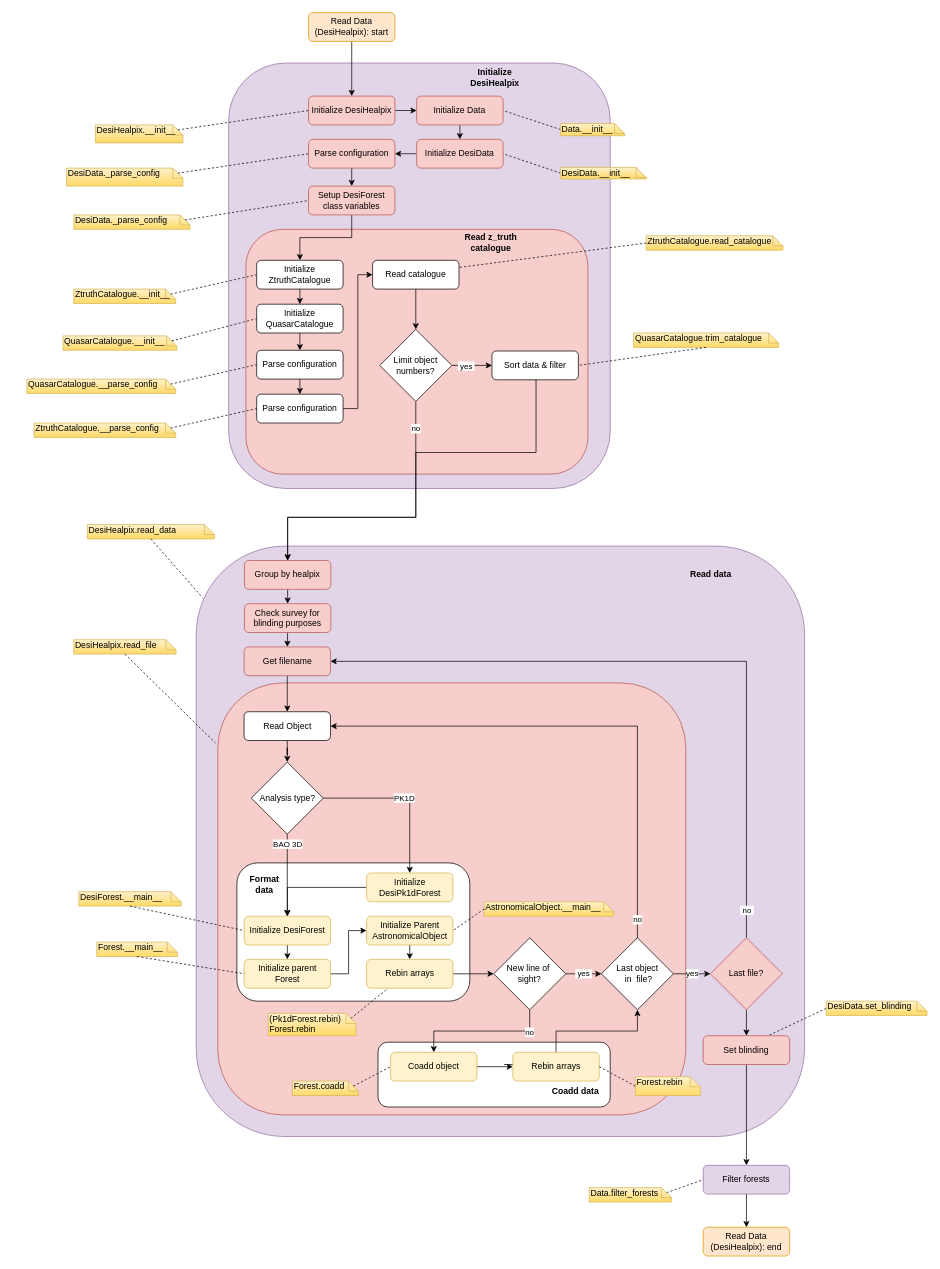
This is page "Read Data (DesiHealpix)" (4 of 8) of py/picca/delta_extraction/docs/workflow/workflow.drawio from igmhub/picca, a draw.io file, before an edit. Source tidied: cells renumbered, new cells numbered last; positions are measured from the earlier drawing's top-left corner, leaving out a move shared by most shapes. Both pictures are drawn from the tidied source at 72%, with x=0, y=0 at pixel (27, 12).
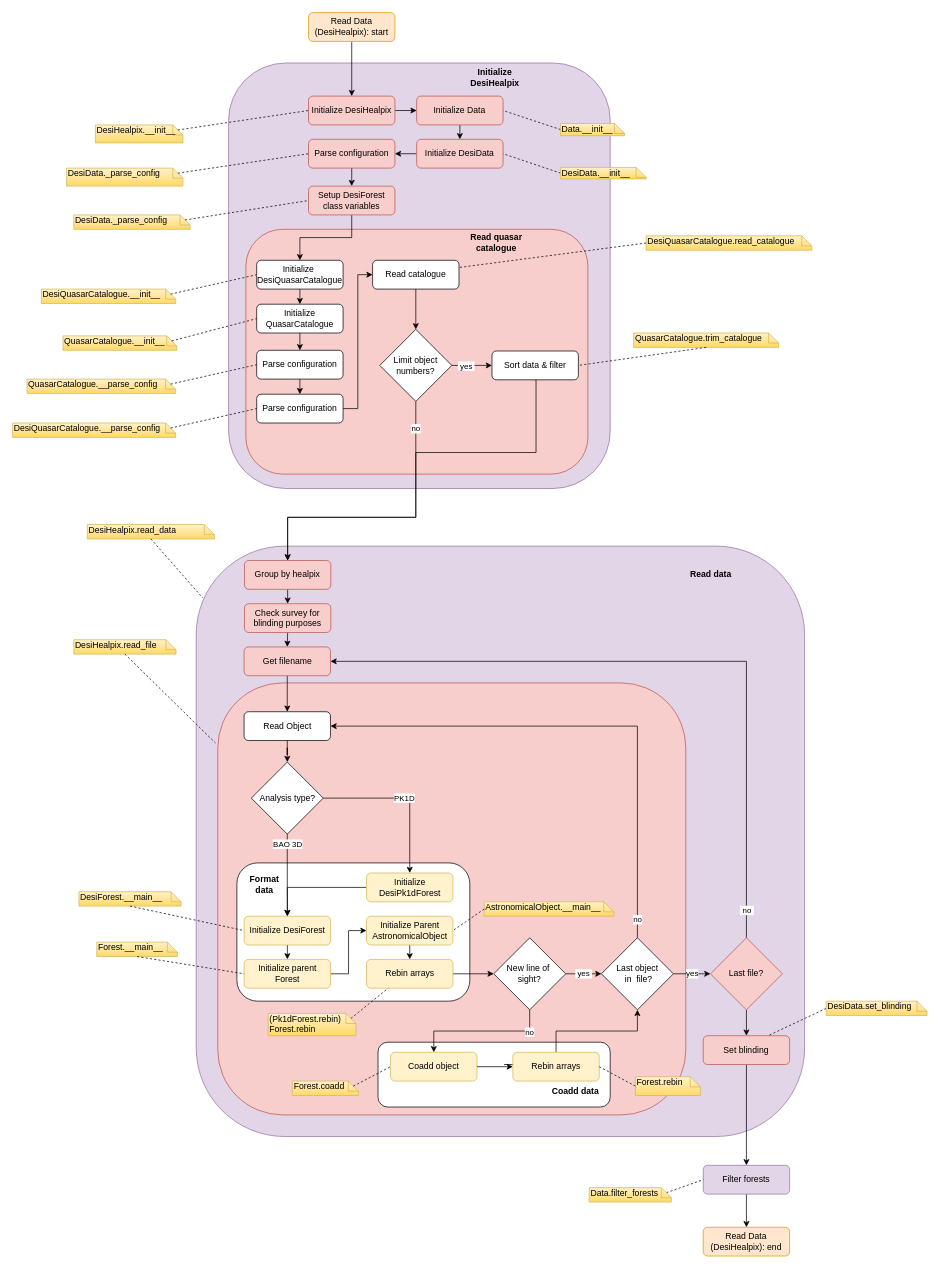
The same page after the edit.

Commit message (it also covers changes not shown here):
ZtruthCatalogue renamed to DesiQuasarCatalogue

The change refers to these unchanged cells:
```xml
<mxCell id="90" value="Parse configuration" style="rounded=1;whiteSpace=wrap;html=1;" parent="1" vertex="1">
  <mxGeometry x="319" y="530" width="120" height="40" as="geometry" />
</mxCell>
```

Change to the diagram source:
```diff
@@
-    <mxCell id="16" value="ZtruthCatalogue.__init__" style="shape=note;whiteSpace=wrap;html=1;size=14;verticalAlign=top;align=left;spacingTop=-6;rounded=0;shadow=0;glass=0;comic=0;strokeColor=#d6b656;fillColor=#fff2cc;gradientColor=#ffd966;" parent="1" vertex="1">
-      <mxGeometry x="65" y="384" width="141.5" height="20" as="geometry" />
+    <mxCell id="16" value="DesiQuasarCatalogue.__init__" style="shape=note;whiteSpace=wrap;html=1;size=14;verticalAlign=top;align=left;spacingTop=-6;rounded=0;shadow=0;glass=0;comic=0;strokeColor=#d6b656;fillColor=#fff2cc;gradientColor=#ffd966;" parent="1" vertex="1">
+      <mxGeometry x="20" y="384" width="186.5" height="20" as="geometry" />
     </mxCell>
-    <mxCell id="17" style="endArrow=none;dashed=1;endFill=0;endSize=12;html=1;exitX=0;exitY=0;exitDx=134.5;exitDy=7;exitPerimeter=0;entryX=0;entryY=0.5;entryDx=0;entryDy=0;" parent="1" edge="1" source="16" target="20">
+    <mxCell id="17" style="endArrow=none;dashed=1;endFill=0;endSize=12;html=1;entryX=0;entryY=0.5;entryDx=0;entryDy=0;exitX=0;exitY=0;exitDx=179.5;exitDy=7;exitPerimeter=0;" parent="1" edge="1" source="16" target="20">
       <mxGeometry relative="1" as="geometry" />
     </mxCell>
@@
-    <mxCell id="20" value="Initialize ZtruthCatalogue" style="rounded=1;whiteSpace=wrap;html=1;" parent="1" vertex="1">
+    <mxCell id="20" value="Initialize&amp;nbsp;&lt;br&gt;&lt;span style=&quot;text-align: left&quot;&gt;DesiQuasarCatalogue&lt;/span&gt;" style="rounded=1;whiteSpace=wrap;html=1;" parent="1" vertex="1">
       <mxGeometry x="319" y="344" width="120" height="40" as="geometry" />
     </mxCell>
@@
-    <mxCell id="32" value="&lt;b&gt;Read z_truth catalogue&lt;/b&gt;" style="text;html=1;align=center;verticalAlign=middle;whiteSpace=wrap;rounded=0;" parent="1" vertex="1">
-      <mxGeometry x="602.5" y="310" width="82.5" height="20" as="geometry" />
+    <mxCell id="32" value="&lt;b&gt;Read quasar catalogue&lt;/b&gt;" style="text;html=1;align=center;verticalAlign=middle;whiteSpace=wrap;rounded=0;" parent="1" vertex="1">
+      <mxGeometry x="602.5" y="310" width="97.5" height="20" as="geometry" />
     </mxCell>
@@
-    <mxCell id="35" value="ZtruthCatalogue.read_catalogue" style="shape=note;whiteSpace=wrap;html=1;size=14;verticalAlign=top;align=left;spacingTop=-6;rounded=0;shadow=0;glass=0;comic=0;strokeColor=#d6b656;fillColor=#fff2cc;gradientColor=#ffd966;" parent="1" vertex="1">
-      <mxGeometry x="860" y="310" width="190" height="20" as="geometry" />
+    <mxCell id="35" value="DesiQuasarCatalogue.read_catalogue" style="shape=note;whiteSpace=wrap;html=1;size=14;verticalAlign=top;align=left;spacingTop=-6;rounded=0;shadow=0;glass=0;comic=0;strokeColor=#d6b656;fillColor=#fff2cc;gradientColor=#ffd966;" parent="1" vertex="1">
+      <mxGeometry x="860" y="310" width="230" height="20" as="geometry" />
     </mxCell>
@@
-    <mxCell id="91" value="ZtruthCatalogue.__parse_config" style="shape=note;whiteSpace=wrap;html=1;size=14;verticalAlign=top;align=left;spacingTop=-6;rounded=0;shadow=0;glass=0;comic=0;strokeColor=#d6b656;fillColor=#fff2cc;gradientColor=#ffd966;" parent="1" vertex="1">
-      <mxGeometry x="10" y="570" width="196.5" height="20" as="geometry" />
+    <mxCell id="91" value="DesiQuasarCatalogue.__parse_config" style="shape=note;whiteSpace=wrap;html=1;size=14;verticalAlign=top;align=left;spacingTop=-6;rounded=0;shadow=0;glass=0;comic=0;strokeColor=#d6b656;fillColor=#fff2cc;gradientColor=#ffd966;" parent="1" vertex="1">
+      <mxGeometry x="-20" y="570" width="226.5" height="20" as="geometry" />
     </mxCell>
-    <mxCell id="92" style="endArrow=none;dashed=1;endFill=0;endSize=12;html=1;entryX=0;entryY=0.5;entryDx=0;entryDy=0;exitX=0;exitY=0;exitDx=189.5;exitDy=7;exitPerimeter=0;" parent="1" edge="1" source="91" target="90">
+    <mxCell id="92" style="endArrow=none;dashed=1;endFill=0;endSize=12;html=1;entryX=0;entryY=0.5;entryDx=0;entryDy=0;exitX=0;exitY=0;exitDx=219.5;exitDy=7;exitPerimeter=0;" parent="1" edge="1" source="91" target="90">
       <mxGeometry relative="1" as="geometry" />
     </mxCell>
```
